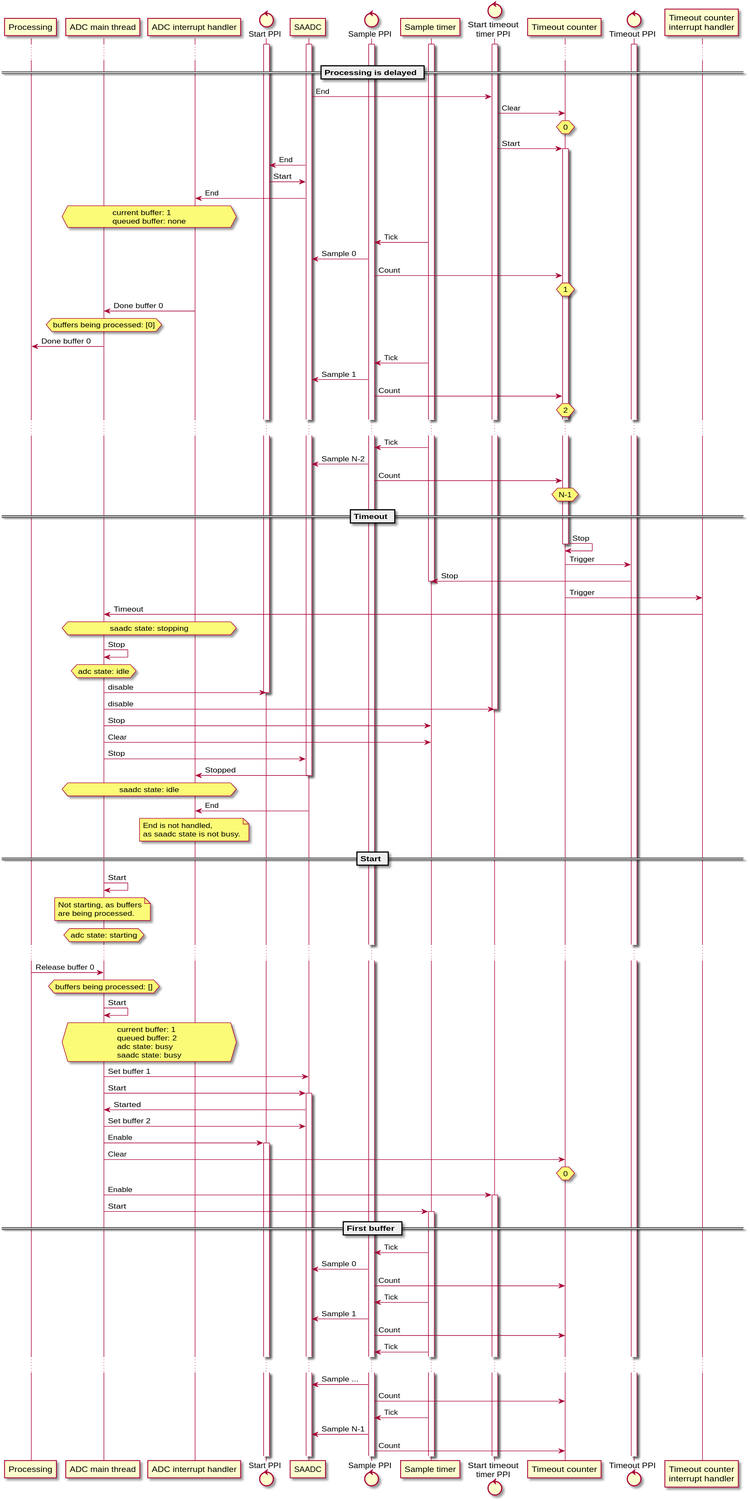
crownstone/bluenet keeps this PlantUML diagram as docs/uml/adc/delayed-processing.svg. Above is the earlier version.
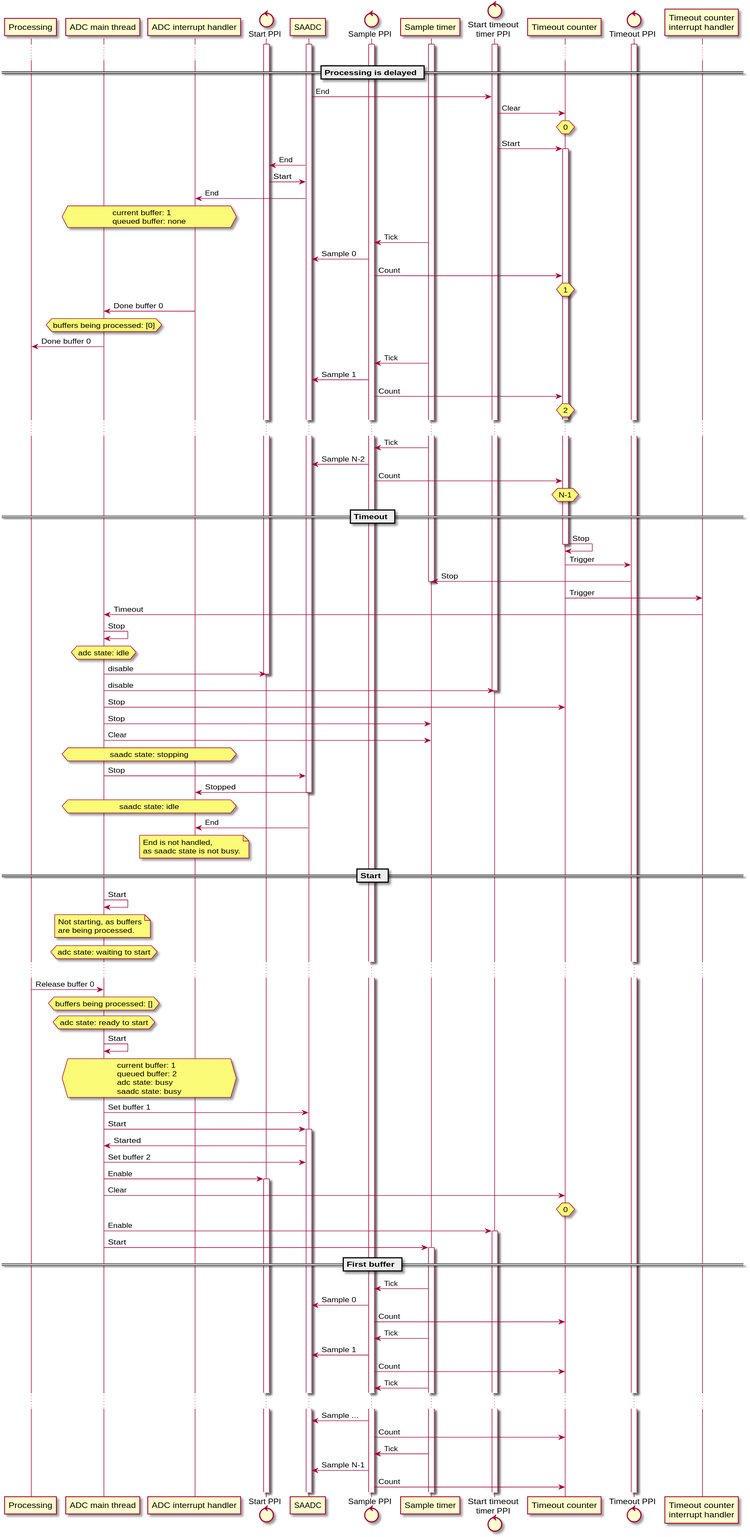
After the commit.

The edit, as a diff of the source:
```diff
@@ -62,7 +62,6 @@
 counter -> counterInt: Trigger
 
 counterInt -> adc: Timeout
-hnote over adc, int: saadc state: stopping
 
 adc -> adc: Stop
 hnote over adc: adc state: idle
@@ -70,9 +69,11 @@
 deactivate ppiStart
 adc -> ppiTimeoutStart: disable
 deactivate ppiTimeoutStart
+adc -> counter: Stop
 adc -> timer: Stop
 adc -> timer: Clear
 
+hnote over adc, int: saadc state: stopping
 adc -> saadc: Stop
 saadc -> int: Stopped
 deactivate saadc
@@ -84,12 +85,13 @@
 == Start ==
 adc -> adc: Start
 note over adc: Not starting, as buffers\nare being processed.
-hnote over adc: adc state: starting
+hnote over adc: adc state: waiting to start
 
 ......
 
 proc -> adc: Release buffer 0
 hnote over adc: buffers being processed: []
+hnote over adc: adc state: ready to start
 adc -> adc: Start
 
 hnote over adc, int
```
